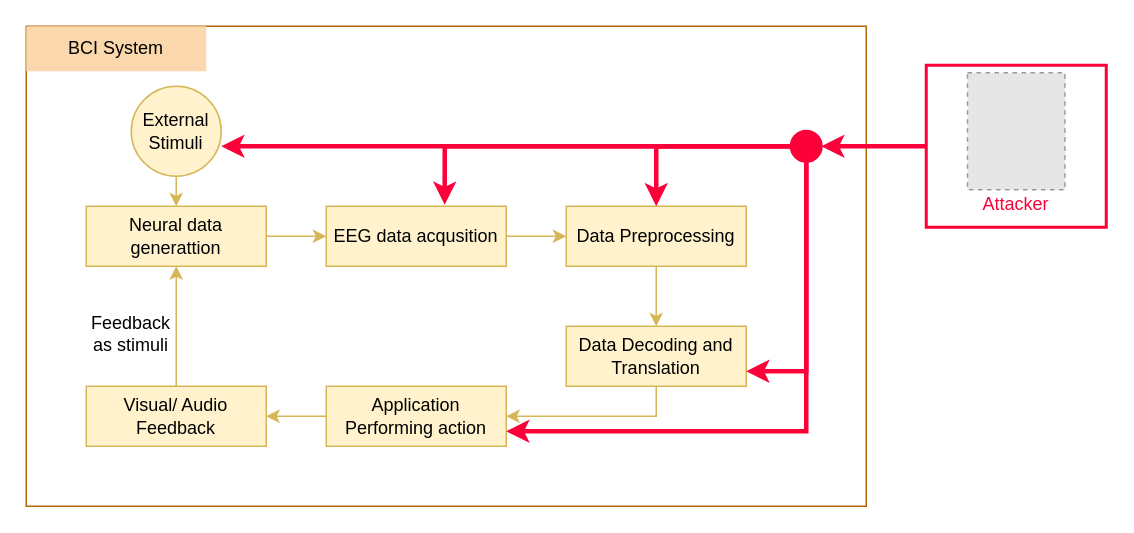
The draw.io diagram BCI Lifecycle.drawio in iBibek/experiment-drawings, before the edit. Source tidied: cells renumbered, new cells numbered last; positions are measured from the earlier drawing's top-left corner, leaving out a move shared by most shapes. Both pictures are drawn from the tidied source at 150%, with x=0, y=0 at pixel (26, 26). Pictures stored in the file or linked from it are replaced by grey dashed boxes.
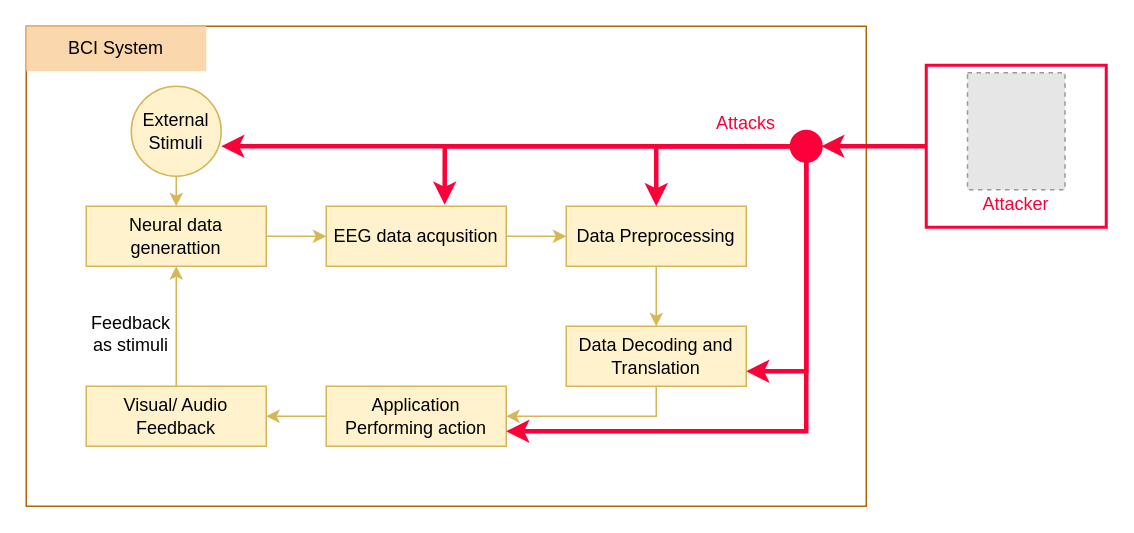
The same diagram, later.

Diff of the diagram source:
```diff
@@
+    <mxCell id="29" value="&lt;font color=&quot;#fc003a&quot;&gt;Attacks&lt;/font&gt;" style="text;html=1;strokeColor=none;fillColor=none;align=center;verticalAlign=middle;whiteSpace=wrap;rounded=0;" parent="1" vertex="1">
+      <mxGeometry x="450" y="50" width="60" height="30" as="geometry" />
+    </mxCell>
```
